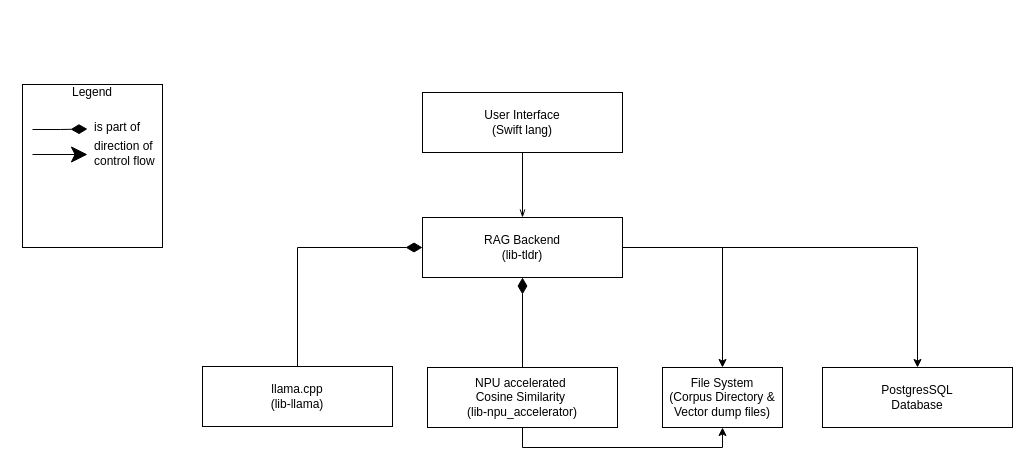
Above: docs/reports/final_report/resources/images/drawings/tldr-app-modules.drawio in manuhg/cap_prj (draw.io), before the change. Source tidied: cells renumbered, new cells numbered last; positions are measured from the earlier drawing's top-left corner, leaving out a move shared by most shapes. Both pictures are drawn from the tidied source at 100%, with x=0, y=0 at pixel (22, 77).
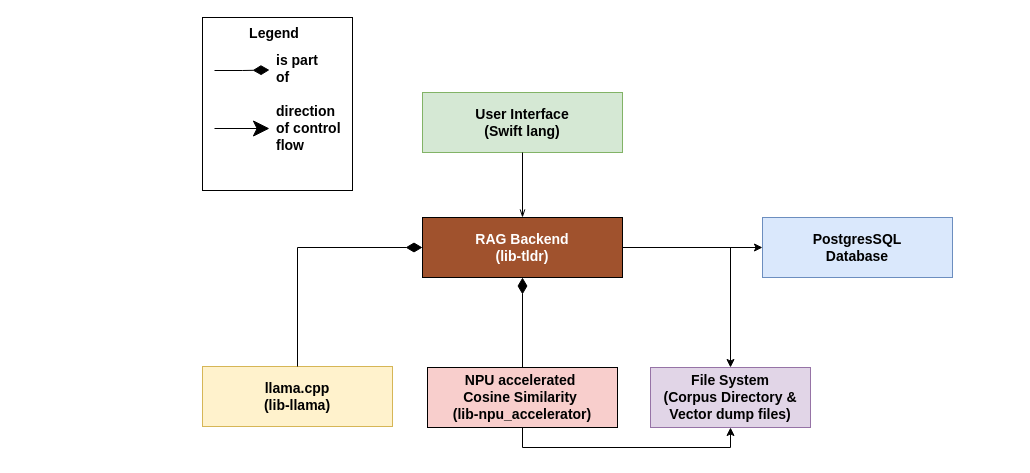
After the change.

Change to the diagram source:
```diff
@@
-    <mxCell id="2" value="User Interface&lt;br&gt;(Swift lang)" style="rounded=0;whiteSpace=wrap;html=1;" parent="1" vertex="1">
+    <mxCell id="2" value="User Interface&lt;br style=&quot;font-size: 14px;&quot;&gt;(Swift lang)" style="rounded=0;whiteSpace=wrap;html=1;fillColor=#d5e8d4;strokeColor=#82b366;fontStyle=1;fontSize=14;" parent="1" vertex="1">
       <mxGeometry x="400" y="15" width="200" height="60" as="geometry" />
     </mxCell>
-    <mxCell id="3" style="edgeStyle=orthogonalEdgeStyle;rounded=0;jettySize=auto;html=1;exitX=0.5;exitY=0;exitDx=0;exitDy=0;startArrow=openThin;startFill=0;endArrow=none;endFill=0;jumpSize=6;" parent="1" edge="1" source="5" target="2">
+    <mxCell id="3" style="edgeStyle=orthogonalEdgeStyle;rounded=0;jettySize=auto;html=1;exitX=0.5;exitY=0;exitDx=0;exitDy=0;startArrow=openThin;startFill=0;endArrow=none;endFill=0;jumpSize=6;fontStyle=1;fontSize=14;" parent="1" edge="1" source="5" target="2">
       <mxGeometry relative="1" as="geometry" />
     </mxCell>
-    <mxCell id="4" style="edgeStyle=orthogonalEdgeStyle;rounded=0;jettySize=auto;html=1;exitX=1;exitY=0.5;exitDx=0;exitDy=0;entryX=0.5;entryY=0;entryDx=0;entryDy=0;" parent="1" edge="1" source="5" target="21">
+    <mxCell id="4" style="edgeStyle=orthogonalEdgeStyle;rounded=0;jettySize=auto;html=1;exitX=1;exitY=0.5;exitDx=0;exitDy=0;entryX=0.5;entryY=0;entryDx=0;entryDy=0;fontStyle=1;fontSize=14;" parent="1" edge="1" source="5" target="21">
       <mxGeometry relative="1" as="geometry" />
     </mxCell>
+    <mxCell id="20" style="edgeStyle=orthogonalEdgeStyle;rounded=0;jettySize=auto;html=1;exitX=1;exitY=0.5;exitDx=0;exitDy=0;" parent="1" edge="1" source="5" target="19">
+      <mxGeometry relative="1" as="geometry" />
+    </mxCell>
-    <mxCell id="5" value="RAG Backend&lt;br&gt;(lib-tldr)" style="rounded=0;whiteSpace=wrap;html=1;" parent="1" vertex="1">
+    <mxCell id="5" value="RAG Backend&lt;br style=&quot;font-size: 14px;&quot;&gt;(lib-tldr)" style="rounded=0;whiteSpace=wrap;html=1;fillColor=#A0522D;fontColor=#FFFFFF;fontStyle=1;fontSize=14;" parent="1" vertex="1">
       <mxGeometry x="400" y="140" width="200" height="60" as="geometry" />
     </mxCell>
-    <mxCell id="6" style="group;" parent="1" vertex="1">
+    <mxCell id="6" style="group;fontStyle=1;fontSize=14;fillColor=#ffe6cc;strokeColor=#d79b00;fillStyle=solid;" parent="1" vertex="1">
       <mxGeometry x="180" y="289" width="190" height="60" as="geometry" />
     </mxCell>
-    <mxCell id="7" value="llama.cpp&lt;br&gt;(lib-llama)" style="rounded=0;whiteSpace=wrap;html=1;" parent="6" vertex="1">
-      <mxGeometry width="190" height="60" as="geometry" />
-    </mxCell>
-    <mxCell id="8" style="endArrow=none;html=1;endSize=12;startArrow=diamondThin;startSize=14;startFill=1;edgeStyle=orthogonalEdgeStyle;align=left;verticalAlign=bottom;rounded=0;exitX=0;exitY=0.5;exitDx=0;exitDy=0;entryX=0.5;entryY=0;entryDx=0;entryDy=0;endFill=0;" parent="6" edge="1" source="5" target="7">
-      <mxGeometry x="-1" y="3" relative="1" as="geometry" />
-    </mxCell>
-    <mxCell id="9" style="edgeStyle=orthogonalEdgeStyle;rounded=0;jettySize=auto;html=1;exitX=0.5;exitY=1;exitDx=0;exitDy=0;entryX=0.5;entryY=1;entryDx=0;entryDy=0;" parent="1" edge="1" source="10" target="21">
+    <mxCell id="9" style="edgeStyle=orthogonalEdgeStyle;rounded=0;jettySize=auto;html=1;exitX=0.5;exitY=1;exitDx=0;exitDy=0;entryX=0.5;entryY=1;entryDx=0;entryDy=0;fontStyle=1;fontSize=14;" parent="1" edge="1" source="10" target="21">
       <mxGeometry relative="1" as="geometry" />
     </mxCell>
-    <mxCell id="10" value="&lt;div&gt;&lt;br&gt;&lt;/div&gt;&lt;div&gt;NPU accelerated&amp;nbsp;&lt;/div&gt;&lt;div&gt;Cosine Similarity&amp;nbsp;&lt;/div&gt;&lt;div&gt;(lib-npu_accelerator)&lt;/div&gt;&lt;div&gt;&lt;br&gt;&lt;/div&gt;" style="rounded=0;whiteSpace=wrap;html=1;" parent="1" vertex="1">
+    <mxCell id="10" value="&lt;div style=&quot;font-size: 14px;&quot;&gt;&lt;br style=&quot;font-size: 14px;&quot;&gt;&lt;/div&gt;&lt;div style=&quot;font-size: 14px;&quot;&gt;NPU accelerated&amp;nbsp;&lt;/div&gt;&lt;div style=&quot;font-size: 14px;&quot;&gt;Cosine Similarity&amp;nbsp;&lt;/div&gt;&lt;div style=&quot;font-size: 14px;&quot;&gt;(lib-npu_accelerator)&lt;/div&gt;&lt;div style=&quot;font-size: 14px;&quot;&gt;&lt;br style=&quot;font-size: 14px;&quot;&gt;&lt;/div&gt;" style="rounded=0;whiteSpace=wrap;html=1;fontStyle=1;fontSize=14;fillColor=#F8CECC;" parent="1" vertex="1">
       <mxGeometry x="405" y="290" width="190" height="60" as="geometry" />
     </mxCell>
-    <mxCell id="11" style="endArrow=none;html=1;endSize=12;startArrow=diamondThin;startSize=14;startFill=1;edgeStyle=orthogonalEdgeStyle;align=left;verticalAlign=bottom;rounded=0;exitX=0.5;exitY=1;exitDx=0;exitDy=0;entryX=0.5;entryY=0;entryDx=0;entryDy=0;endFill=0;" parent="1" edge="1" source="5" target="10">
+    <mxCell id="11" style="endArrow=none;html=1;endSize=12;startArrow=diamondThin;startSize=14;startFill=1;edgeStyle=orthogonalEdgeStyle;align=left;verticalAlign=bottom;rounded=0;exitX=0.5;exitY=1;exitDx=0;exitDy=0;entryX=0.5;entryY=0;entryDx=0;entryDy=0;endFill=0;fontStyle=1;fontSize=14;" parent="1" edge="1" source="5" target="10">
       <mxGeometry x="-1" y="3" relative="1" as="geometry" />
     </mxCell>
-    <mxCell id="12" style="group;" parent="1" vertex="1">
-      <mxGeometry width="140" height="170" as="geometry" />
-    </mxCell>
+    <mxCell id="19" value="&lt;div style=&quot;font-size: 14px;&quot;&gt;PostgresSQL&lt;/div&gt;&lt;div style=&quot;font-size: 14px;&quot;&gt;Database&lt;/div&gt;" style="rounded=0;whiteSpace=wrap;html=1;fontStyle=1;fontSize=14;fillColor=#dae8fc;strokeColor=#6c8ebf;" parent="1" vertex="1">
+      <mxGeometry x="740" y="140" width="190" height="60" as="geometry" />
+    </mxCell>
+    <mxCell id="21" value="File System&lt;br style=&quot;font-size: 14px;&quot;&gt;(Corpus Directory &amp;amp; Vector dump files)" style="rounded=0;whiteSpace=wrap;html=1;fontStyle=1;fontSize=14;fillColor=#e1d5e7;strokeColor=#9673a6;" parent="1" vertex="1">
+      <mxGeometry x="628" y="290" width="160" height="60" as="geometry" />
+    </mxCell>
+    <mxCell id="7" value="llama.cpp&lt;br style=&quot;font-size: 14px;&quot;&gt;(lib-llama)" style="rounded=0;whiteSpace=wrap;html=1;fontStyle=1;fontSize=14;fillColor=#fff2cc;strokeColor=#d6b656;" parent="1" vertex="1">
+      <mxGeometry x="180" y="289" width="190" height="60" as="geometry" />
+    </mxCell>
+    <mxCell id="8" style="endArrow=none;html=1;endSize=12;startArrow=diamondThin;startSize=14;startFill=1;edgeStyle=orthogonalEdgeStyle;align=left;verticalAlign=bottom;rounded=0;exitX=0;exitY=0.5;exitDx=0;exitDy=0;entryX=0.5;entryY=0;entryDx=0;entryDy=0;endFill=0;fontStyle=1;fontSize=14;" parent="1" edge="1" source="5" target="7">
+      <mxGeometry x="-1" y="3" relative="1" as="geometry" />
+    </mxCell>
+    <mxCell id="22" style="group;" parent="1" vertex="1">
+      <mxGeometry x="180" y="-60" width="150" height="173" as="geometry" />
+    </mxCell>
-    <mxCell id="13" style="rounded=0;whiteSpace=wrap;html=1;" parent="12" vertex="1">
-      <mxGeometry y="7" width="140" height="163" as="geometry" />
+    <mxCell id="13" style="rounded=0;whiteSpace=wrap;html=1;fontStyle=1;fontSize=14;" parent="22" vertex="1">
+      <mxGeometry width="150" height="173" as="geometry" />
     </mxCell>
-    <mxCell id="14" value="Legend" style="text;html=1;strokeColor=none;fillColor=none;align=center;verticalAlign=middle;whiteSpace=wrap;rounded=0;" parent="12" vertex="1">
-      <mxGeometry x="40" width="60" height="30" as="geometry" />
+    <mxCell id="14" value="Legend" style="text;html=1;strokeColor=none;fillColor=none;align=center;verticalAlign=middle;whiteSpace=wrap;rounded=0;fontStyle=1;fontSize=14;" parent="22" vertex="1">
+      <mxGeometry x="42" y="1" width="60" height="30" as="geometry" />
     </mxCell>
-    <mxCell id="15" style="endArrow=none;html=1;endSize=12;startArrow=diamondThin;startSize=14;startFill=1;edgeStyle=orthogonalEdgeStyle;align=left;verticalAlign=bottom;rounded=0;exitX=0.5;exitY=1;exitDx=0;exitDy=0;endFill=0;" parent="12" edge="1">
+    <mxCell id="15" style="endArrow=none;html=1;endSize=12;startArrow=diamondThin;startSize=14;startFill=1;edgeStyle=orthogonalEdgeStyle;align=left;verticalAlign=bottom;rounded=0;exitX=0.5;exitY=1;exitDx=0;exitDy=0;endFill=0;fontStyle=1;fontSize=14;" parent="22" edge="1">
       <mxGeometry x="-1" y="3" relative="1" as="geometry">
-        <mxPoint x="65" y="51.5" as="sourcePoint" />
-        <mxPoint x="10" y="52" as="targetPoint" />
+        <mxPoint x="67" y="52.5" as="sourcePoint" />
+        <mxPoint x="12" y="53" as="targetPoint" />
       </mxGeometry>
     </mxCell>
-    <mxCell id="16" value="is part of" style="text;html=1;strokeColor=none;fillColor=none;align=left;verticalAlign=middle;whiteSpace=wrap;rounded=0;" parent="12" vertex="1">
-      <mxGeometry x="70" y="35" width="60" height="30" as="geometry" />
+    <mxCell id="16" value="is part of" style="text;html=1;strokeColor=none;fillColor=none;align=left;verticalAlign=middle;whiteSpace=wrap;rounded=0;fontStyle=1;fontSize=14;" parent="22" vertex="1">
+      <mxGeometry x="72" y="36" width="60" height="30" as="geometry" />
     </mxCell>
-    <mxCell id="17" style="endArrow=none;html=1;endSize=12;startArrow=classic;startSize=14;startFill=1;edgeStyle=orthogonalEdgeStyle;align=left;verticalAlign=bottom;rounded=0;exitX=0.5;exitY=1;exitDx=0;exitDy=0;endFill=0;" parent="12" edge="1">
+    <mxCell id="17" style="endArrow=none;html=1;endSize=12;startArrow=classic;startSize=14;startFill=1;edgeStyle=orthogonalEdgeStyle;align=left;verticalAlign=bottom;rounded=0;exitX=0.5;exitY=1;exitDx=0;exitDy=0;endFill=0;fontStyle=1;fontSize=14;" parent="22" edge="1">
       <mxGeometry x="-1" y="3" relative="1" as="geometry">
-        <mxPoint x="65" y="77" as="sourcePoint" />
-        <mxPoint x="10" y="77" as="targetPoint" />
+        <mxPoint x="67" y="111" as="sourcePoint" />
+        <mxPoint x="12" y="111" as="targetPoint" />
       </mxGeometry>
     </mxCell>
-    <mxCell id="18" value="direction of control flow" style="text;html=1;strokeColor=none;fillColor=none;align=left;verticalAlign=middle;whiteSpace=wrap;rounded=0;" parent="12" vertex="1">
-      <mxGeometry x="70" y="61" width="70" height="30" as="geometry" />
+    <mxCell id="18" value="direction of control flow" style="text;html=1;strokeColor=none;fillColor=none;align=left;verticalAlign=middle;whiteSpace=wrap;rounded=0;fontStyle=1;fontSize=14;" parent="22" vertex="1">
+      <mxGeometry x="72" y="96" width="70" height="30" as="geometry" />
     </mxCell>
-    <mxCell id="19" value="&lt;div&gt;PostgresSQL&lt;/div&gt;&lt;div&gt;Database&lt;/div&gt;" style="rounded=0;whiteSpace=wrap;html=1;" parent="1" vertex="1">
-      <mxGeometry x="800" y="290" width="190" height="60" as="geometry" />
-    </mxCell>
-    <mxCell id="20" style="edgeStyle=orthogonalEdgeStyle;rounded=0;jettySize=auto;html=1;exitX=1;exitY=0.5;exitDx=0;exitDy=0;startArrow=none;startFill=0;endArrow=classic;endFill=1;jumpSize=6;entryX=0.5;entryY=0;entryDx=0;entryDy=0;" parent="1" edge="1" source="5" target="19">
-      <mxGeometry relative="1" as="geometry" />
-    </mxCell>
-    <mxCell id="21" value="File System&lt;br&gt;(Corpus Directory &amp;amp; Vector dump files)" style="rounded=0;whiteSpace=wrap;html=1;" parent="1" vertex="1">
-      <mxGeometry x="640" y="290" width="120" height="60" as="geometry" />
-    </mxCell>
```
